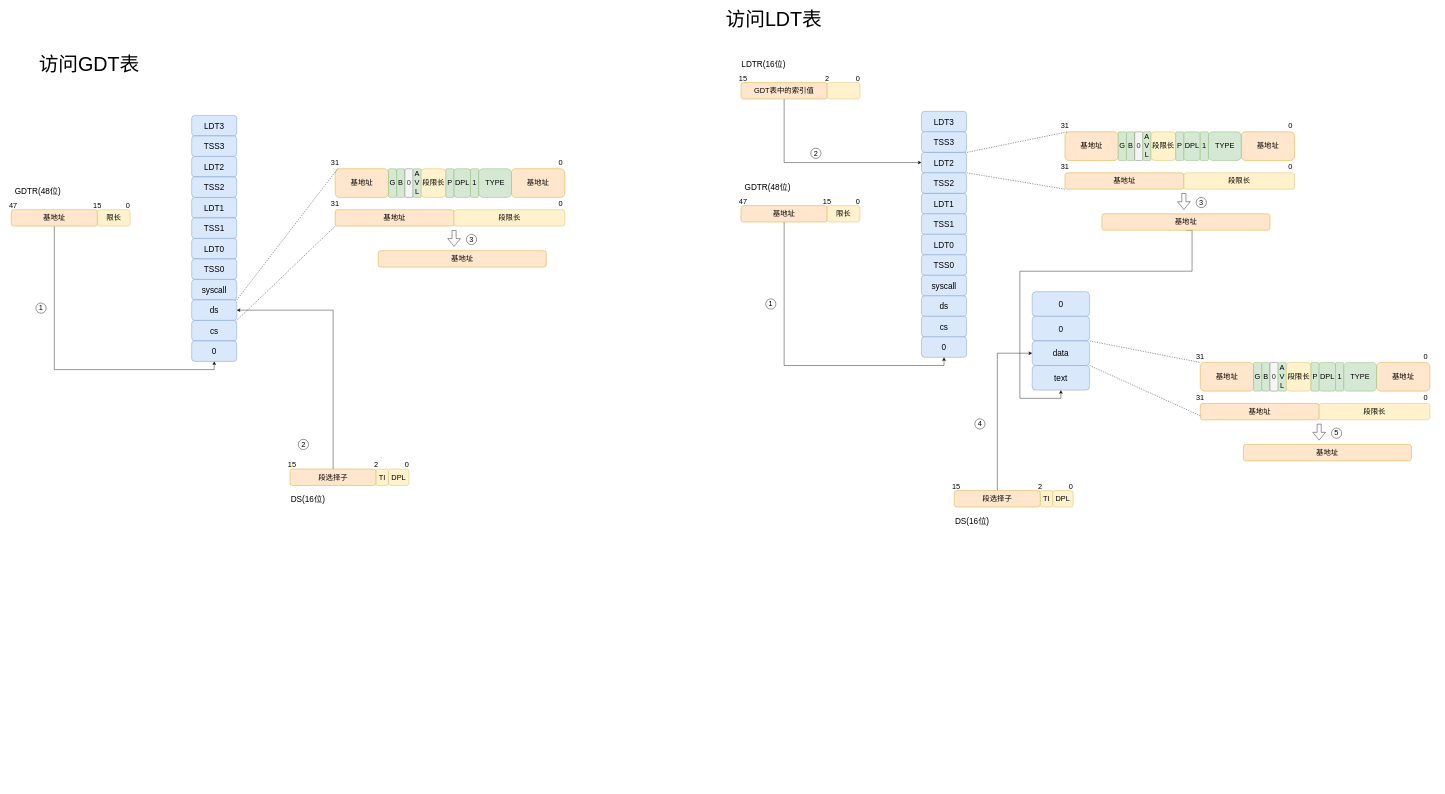
Earlier version of the draw.io diagram blog/Linux/Linux-0.11-kernel/fork/fork.drawio (zgjsxx/static-img-repo). Source tidied: cells renumbered, new cells numbered last; positions are measured from the earlier drawing's top-left corner, leaving out a move shared by most shapes. Both pictures are drawn from the tidied source at 41%, with x=0, y=0 at pixel (7, 13).
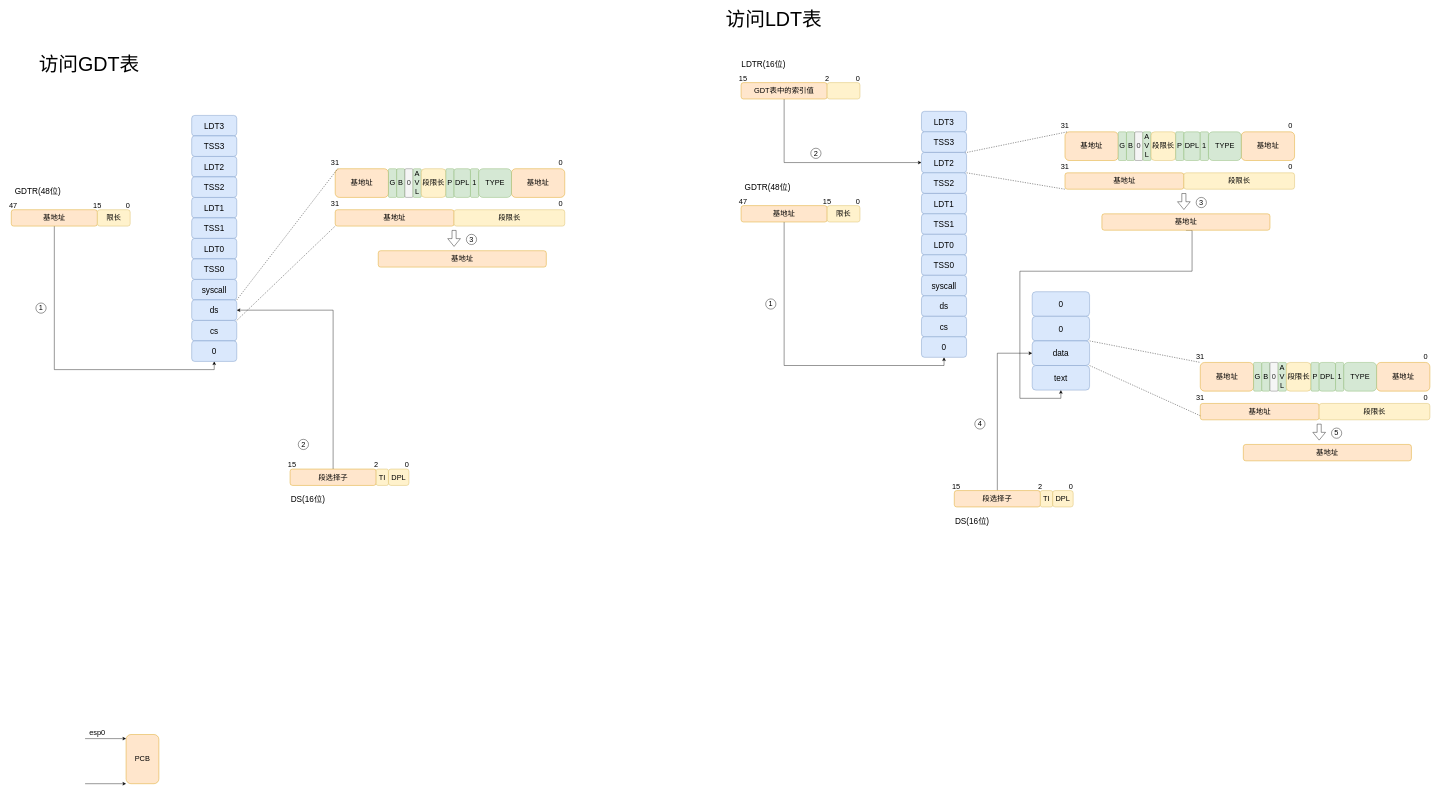
The same diagram, later.

Diff of the diagram source:
```diff
@@
+    <mxCell id="141" value="&lt;font style=&quot;font-size: 18px;&quot;&gt;PCB&lt;/font&gt;" style="rounded=1;whiteSpace=wrap;html=1;fillColor=#ffe6cc;strokeColor=#d79b00;" parent="1" vertex="1">
+      <mxGeometry x="290" y="1760" width="80" height="120" as="geometry" />
+    </mxCell>
+    <mxCell id="142" style="endArrow=classic;html=1;rounded=0;fontSize=18;entryX=0;entryY=1;entryDx=0;entryDy=0;" parent="1" edge="1" target="141">
+      <mxGeometry relative="1" as="geometry">
+        <mxPoint x="190" y="1880" as="sourcePoint" />
+      </mxGeometry>
+    </mxCell>
+    <mxCell id="143" style="endArrow=classic;html=1;rounded=0;fontSize=18;entryX=0;entryY=1;entryDx=0;entryDy=0;" parent="1" edge="1">
+      <mxGeometry relative="1" as="geometry">
+        <mxPoint x="190" y="1770" as="sourcePoint" />
+        <mxPoint x="290" y="1770" as="targetPoint" />
+      </mxGeometry>
+    </mxCell>
+    <mxCell id="144" value="esp0" style="text;strokeColor=none;align=center;fillColor=none;html=1;verticalAlign=middle;whiteSpace=wrap;rounded=0;fontSize=18;" parent="1" vertex="1">
+      <mxGeometry x="190" y="1740" width="60" height="30" as="geometry" />
+    </mxCell>
```
